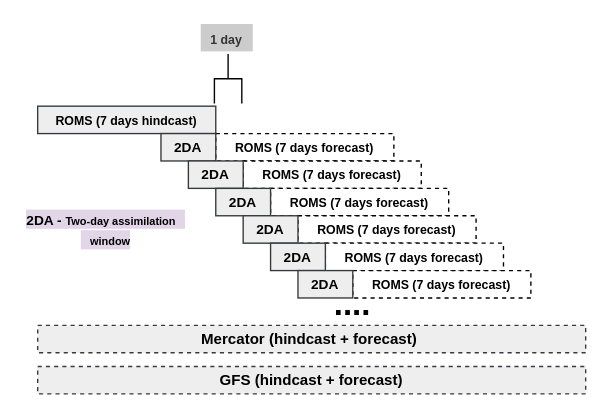
The draw.io diagram operational/forecast_assimilation.drawio in fernandotcbarreto/ROMS, before the edit. Source tidied: cells renumbered, new cells numbered last; positions are measured from the earlier drawing's top-left corner, leaving out a move shared by most shapes. Both pictures are drawn from the tidied source at 137%, with x=0, y=0 at pixel (23, 23).
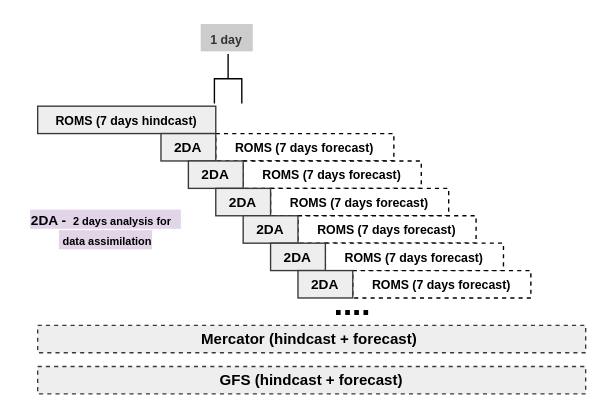
Above is the later version.

Change to the diagram source:
```diff
@@
-    <mxCell id="20" value="&lt;span style=&quot;background-color: rgb(225 , 213 , 231)&quot;&gt;&lt;b style=&quot;font-size: x-small&quot;&gt;2DA -&lt;/b&gt;&lt;span style=&quot;font-size: x-small&quot;&gt;&amp;nbsp;&lt;/span&gt;&lt;b style=&quot;font-size: 8px&quot;&gt;&lt;font style=&quot;font-size: 8px&quot;&gt;Two-day assimilation&amp;nbsp; &amp;nbsp; &amp;nbsp; &amp;nbsp;window&lt;/font&gt;&lt;/b&gt;&lt;/span&gt;" style="text;html=1;strokeColor=none;fillColor=none;align=center;verticalAlign=middle;whiteSpace=wrap;rounded=0;" parent="1" vertex="1">
+    <mxCell id="20" value="&lt;span style=&quot;background-color: rgb(225 , 213 , 231)&quot;&gt;&lt;b style=&quot;font-size: x-small&quot;&gt;2DA -&lt;/b&gt;&lt;span style=&quot;font-size: x-small&quot;&gt;&amp;nbsp;&lt;/span&gt;&lt;b style=&quot;font-size: 8px&quot;&gt;&lt;font style=&quot;font-size: 8px&quot;&gt;&amp;nbsp;2 days analysis for&amp;nbsp; &amp;nbsp; &amp;nbsp;data assimilation&lt;/font&gt;&lt;/b&gt;&lt;/span&gt;" style="text;html=1;strokeColor=none;fillColor=none;align=center;verticalAlign=middle;whiteSpace=wrap;rounded=0;" parent="1" vertex="1">
       <mxGeometry y="140" width="120" height="20" as="geometry" />
     </mxCell>
```
